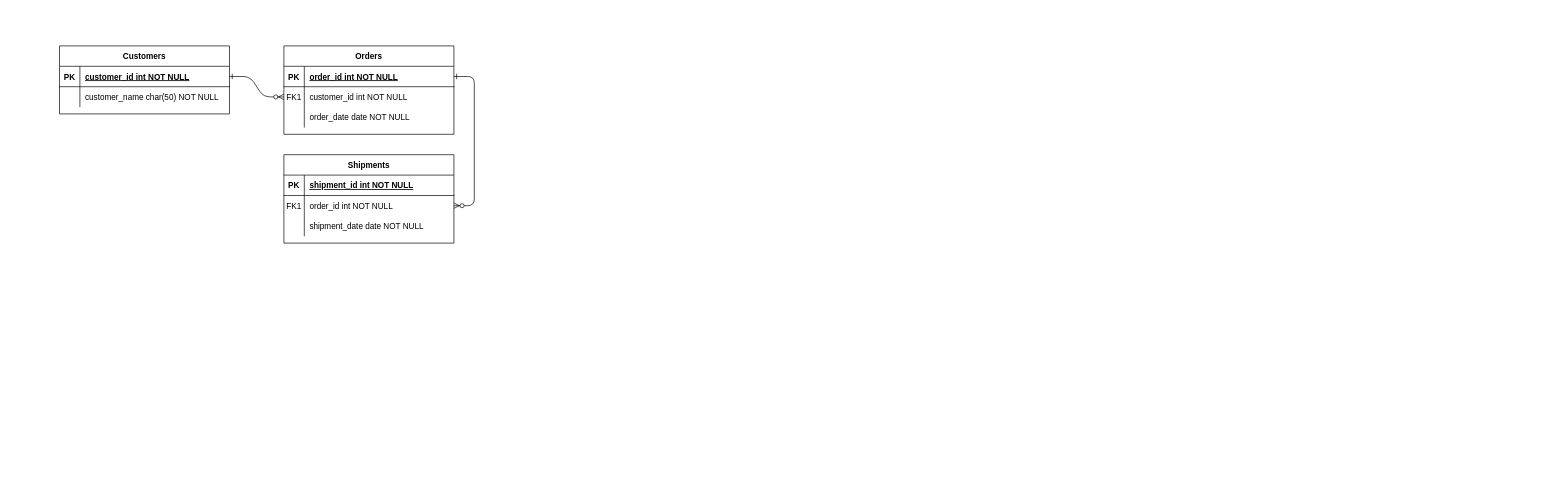
Earlier version of the draw.io diagram myS.drawio (AmirAini/BackEndDay1). Source tidied: cells renumbered, new cells numbered last; positions are measured from the earlier drawing's top-left corner, leaving out a move shared by most shapes. Both pictures are drawn from the tidied source at 68%, with x=0, y=0 at pixel (59, 46).
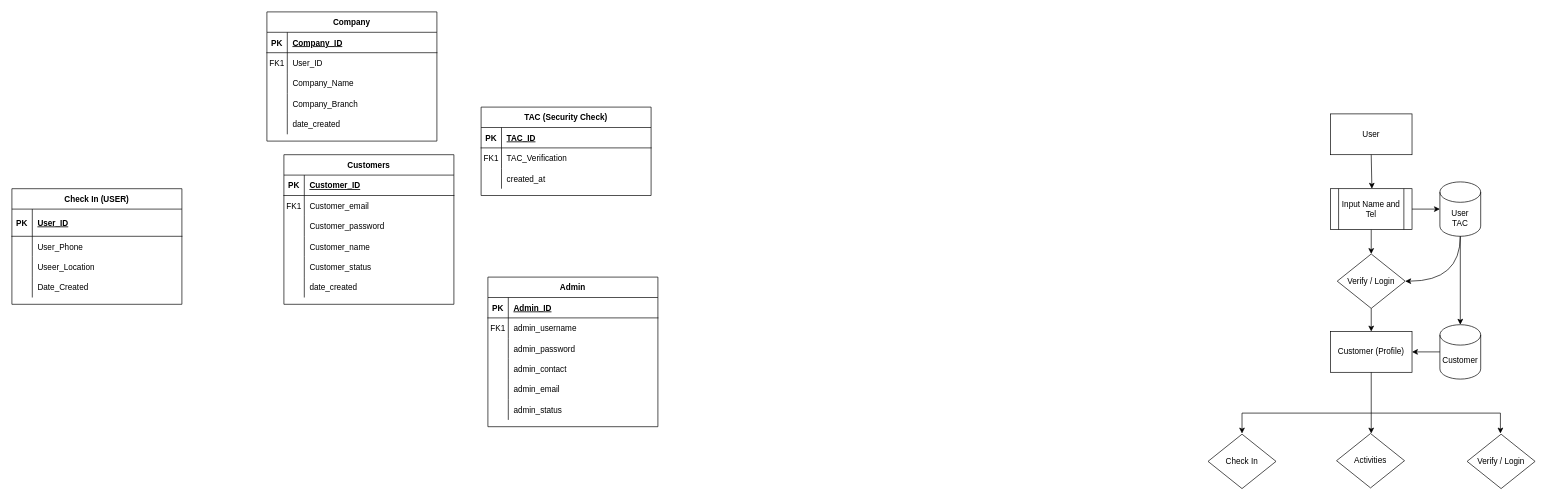
Above is the later version.

The change refers to these unchanged cells:
```xml
<mxCell id="5" style="shape=partialRectangle;fillColor=none;points=[[0,0.5],[1,0.5]];portConstraint=eastwest;top=0;left=0;right=0;bottom=1;" parent="4" vertex="1">
  <mxGeometry y="30" width="250" height="30" as="geometry" />
</mxCell>
<mxCell id="8" style="shape=partialRectangle;fillColor=none;points=[[0,0.5],[1,0.5]];portConstraint=eastwest;top=0;left=0;right=0;bottom=0;" parent="4" vertex="1">
  <mxGeometry y="60" width="250" height="30" as="geometry" />
</mxCell>
<mxCell id="11" style="shape=partialRectangle;fillColor=none;top=0;left=0;right=0;bottom=0;" parent="4" vertex="1">
  <mxGeometry y="90" width="250" height="30" as="geometry" />
</mxCell>
<mxCell id="15" style="shape=partialRectangle;fillColor=none;top=0;left=0;right=0;bottom=1;" parent="14" vertex="1">
  <mxGeometry y="30" width="250" height="30" as="geometry" />
</mxCell>
<mxCell id="18" style="shape=partialRectangle;fillColor=none;points=[[0,0.5],[1,0.5]];portConstraint=eastwest;top=0;left=0;right=0;bottom=0;" parent="14" vertex="1">
  <mxGeometry y="60" width="250" height="30" as="geometry" />
</mxCell>
<mxCell id="21" style="shape=partialRectangle;fillColor=none;top=0;left=0;right=0;bottom=0;" parent="14" vertex="1">
  <mxGeometry y="90" width="250" height="30" as="geometry" />
</mxCell>
```

Diff of the diagram source:
```diff
@@
-    <mxCell id="2" style="edgeStyle=entityRelationEdgeStyle;endArrow=ERzeroToMany;startArrow=ERone;endFill=1;startFill=0;" parent="1" edge="1" source="25" target="8">
-      <mxGeometry relative="1" as="geometry" />
-    </mxCell>
-    <mxCell id="3" style="edgeStyle=entityRelationEdgeStyle;endArrow=ERzeroToMany;startArrow=ERone;endFill=1;startFill=0;" parent="1" edge="1" source="5" target="18">
-      <mxGeometry relative="1" as="geometry" />
-    </mxCell>
-    <mxCell id="4" value="Orders" style="shape=table;startSize=30;childLayout=tableLayout;rowLines=0;fontStyle=1;align=center;" parent="1" vertex="1">
-      <mxGeometry x="330" width="250" height="130" as="geometry" />
+    <mxCell id="4" value="Company" style="shape=table;startSize=30;childLayout=tableLayout;rowLines=0;fontStyle=1;align=center;" parent="1" vertex="1">
+      <mxGeometry x="305" y="-50" width="250" height="190" as="geometry" />
     </mxCell>
@@
-    <mxCell id="7" value="order_id int NOT NULL " style="shape=partialRectangle;overflow=hidden;fillColor=none;top=0;left=0;bottom=0;right=0;align=left;spacingLeft=6;fontStyle=5;" parent="5" vertex="1">
+    <mxCell id="7" value="Company_ID" style="shape=partialRectangle;overflow=hidden;fillColor=none;top=0;left=0;bottom=0;right=0;align=left;spacingLeft=6;fontStyle=5;" parent="5" vertex="1">
       <mxGeometry x="30" width="220" height="30" as="geometry" />
     </mxCell>
@@
-    <mxCell id="10" value="customer_id int NOT NULL" style="shape=partialRectangle;overflow=hidden;fillColor=none;top=0;left=0;bottom=0;right=0;align=left;spacingLeft=6;" parent="8" vertex="1">
+    <mxCell id="10" value="User_ID" style="shape=partialRectangle;overflow=hidden;fillColor=none;top=0;left=0;bottom=0;right=0;align=left;spacingLeft=6;" parent="8" vertex="1">
       <mxGeometry x="30" width="220" height="30" as="geometry" />
     </mxCell>
@@
-    <mxCell id="13" value="order_date date NOT NULL" style="shape=partialRectangle;overflow=hidden;fillColor=none;top=0;left=0;bottom=0;right=0;align=left;spacingLeft=6;" parent="11" vertex="1">
+    <mxCell id="13" value="Company_Name" style="shape=partialRectangle;overflow=hidden;fillColor=none;top=0;left=0;bottom=0;right=0;align=left;spacingLeft=6;" parent="11" vertex="1">
       <mxGeometry x="30" width="220" height="30" as="geometry" />
     </mxCell>
+    <mxCell id="31" style="shape=partialRectangle;fillColor=none;top=0;left=0;right=0;bottom=0;" parent="4" vertex="1">
+      <mxGeometry y="120" width="250" height="30" as="geometry" />
+    </mxCell>
+    <mxCell id="32" style="shape=partialRectangle;overflow=hidden;fillColor=none;top=0;left=0;bottom=0;right=0;" parent="31" vertex="1">
+      <mxGeometry width="30" height="30" as="geometry" />
+    </mxCell>
+    <mxCell id="33" value="Company_Branch" style="shape=partialRectangle;overflow=hidden;fillColor=none;top=0;left=0;bottom=0;right=0;align=left;spacingLeft=6;" parent="31" vertex="1">
+      <mxGeometry x="30" width="220" height="30" as="geometry" />
+    </mxCell>
+    <mxCell id="34" style="shape=partialRectangle;fillColor=none;top=0;left=0;right=0;bottom=0;" parent="4" vertex="1">
+      <mxGeometry y="150" width="250" height="30" as="geometry" />
+    </mxCell>
+    <mxCell id="35" style="shape=partialRectangle;overflow=hidden;fillColor=none;top=0;left=0;bottom=0;right=0;" parent="34" vertex="1">
+      <mxGeometry width="30" height="30" as="geometry" />
+    </mxCell>
+    <mxCell id="36" value="date_created" style="shape=partialRectangle;overflow=hidden;fillColor=none;top=0;left=0;bottom=0;right=0;align=left;spacingLeft=6;" parent="34" vertex="1">
+      <mxGeometry x="30" width="220" height="30" as="geometry" />
+    </mxCell>
-    <mxCell id="14" value="Shipments" style="shape=table;startSize=30;childLayout=tableLayout;rowLines=0;fontStyle=1;align=center;" parent="1" vertex="1">
-      <mxGeometry x="330" y="160" width="250" height="130" as="geometry" />
+    <mxCell id="14" value="Customers" style="shape=table;startSize=30;childLayout=tableLayout;rowLines=0;fontStyle=1;align=center;" parent="1" vertex="1">
+      <mxGeometry x="330" y="160" width="250" height="220" as="geometry" />
     </mxCell>
@@
-    <mxCell id="17" value="shipment_id int NOT NULL " style="shape=partialRectangle;overflow=hidden;fillColor=none;top=0;left=0;bottom=0;right=0;align=left;spacingLeft=6;fontStyle=5;" parent="15" vertex="1">
+    <mxCell id="17" value="Customer_ID" style="shape=partialRectangle;overflow=hidden;fillColor=none;top=0;left=0;bottom=0;right=0;align=left;spacingLeft=6;fontStyle=5;" parent="15" vertex="1">
       <mxGeometry x="30" width="220" height="30" as="geometry" />
     </mxCell>
@@
-    <mxCell id="20" value="order_id int NOT NULL" style="shape=partialRectangle;overflow=hidden;fillColor=none;top=0;left=0;bottom=0;right=0;align=left;spacingLeft=6;" parent="18" vertex="1">
+    <mxCell id="20" value="Customer_email" style="shape=partialRectangle;overflow=hidden;fillColor=none;top=0;left=0;bottom=0;right=0;align=left;spacingLeft=6;" parent="18" vertex="1">
       <mxGeometry x="30" width="220" height="30" as="geometry" />
     </mxCell>
@@
-    <mxCell id="23" value="shipment_date date NOT NULL" style="shape=partialRectangle;overflow=hidden;fillColor=none;top=0;left=0;bottom=0;right=0;align=left;spacingLeft=6;" parent="21" vertex="1">
+    <mxCell id="23" value="Customer_password" style="shape=partialRectangle;overflow=hidden;fillColor=none;top=0;left=0;bottom=0;right=0;align=left;spacingLeft=6;" parent="21" vertex="1">
       <mxGeometry x="30" width="220" height="30" as="geometry" />
     </mxCell>
+    <mxCell id="37" style="shape=partialRectangle;fillColor=none;top=0;left=0;right=0;bottom=0;" parent="14" vertex="1">
+      <mxGeometry y="120" width="250" height="30" as="geometry" />
+    </mxCell>
+    <mxCell id="38" style="shape=partialRectangle;overflow=hidden;fillColor=none;top=0;left=0;bottom=0;right=0;" parent="37" vertex="1">
+      <mxGeometry width="30" height="30" as="geometry" />
+    </mxCell>
+    <mxCell id="39" value="Customer_name" style="shape=partialRectangle;overflow=hidden;fillColor=none;top=0;left=0;bottom=0;right=0;align=left;spacingLeft=6;" parent="37" vertex="1">
+      <mxGeometry x="30" width="220" height="30" as="geometry" />
+    </mxCell>
+    <mxCell id="40" style="shape=partialRectangle;fillColor=none;top=0;left=0;right=0;bottom=0;" parent="14" vertex="1">
+      <mxGeometry y="150" width="250" height="30" as="geometry" />
+    </mxCell>
+    <mxCell id="41" style="shape=partialRectangle;overflow=hidden;fillColor=none;top=0;left=0;bottom=0;right=0;" parent="40" vertex="1">
+      <mxGeometry width="30" height="30" as="geometry" />
+    </mxCell>
+    <mxCell id="42" value="Customer_status" style="shape=partialRectangle;overflow=hidden;fillColor=none;top=0;left=0;bottom=0;right=0;align=left;spacingLeft=6;" parent="40" vertex="1">
+      <mxGeometry x="30" width="220" height="30" as="geometry" />
+    </mxCell>
+    <mxCell id="43" style="shape=partialRectangle;fillColor=none;top=0;left=0;right=0;bottom=0;" parent="14" vertex="1">
+      <mxGeometry y="180" width="250" height="30" as="geometry" />
+    </mxCell>
+    <mxCell id="44" style="shape=partialRectangle;overflow=hidden;fillColor=none;top=0;left=0;bottom=0;right=0;" parent="43" vertex="1">
+      <mxGeometry width="30" height="30" as="geometry" />
+    </mxCell>
+    <mxCell id="45" value="date_created" style="shape=partialRectangle;overflow=hidden;fillColor=none;top=0;left=0;bottom=0;right=0;align=left;spacingLeft=6;" parent="43" vertex="1">
+      <mxGeometry x="30" width="220" height="30" as="geometry" />
+    </mxCell>
-    <mxCell id="24" value="Customers" style="shape=table;startSize=30;childLayout=tableLayout;rowLines=0;fontStyle=1;align=center;" parent="1" vertex="1">
-      <mxGeometry width="250" height="100" as="geometry" />
+    <mxCell id="24" value="Check In (USER)" style="shape=table;startSize=30;childLayout=tableLayout;rowLines=0;fontStyle=1;align=center;" parent="1" vertex="1">
+      <mxGeometry x="-70" y="210" width="250" height="170" as="geometry" />
     </mxCell>
     <mxCell id="25" style="shape=partialRectangle;fillColor=none;points=[[0,0.5],[1,0.5]];portConstraint=eastwest;top=0;left=0;right=0;bottom=1;" parent="24" vertex="1">
-      <mxGeometry y="30" width="250" height="30" as="geometry" />
+      <mxGeometry y="30" width="250" height="40" as="geometry" />
     </mxCell>
     <mxCell id="26" value="PK" style="shape=partialRectangle;overflow=hidden;fillColor=none;top=0;left=0;bottom=0;right=0;fontStyle=1;" parent="25" vertex="1">
-      <mxGeometry width="30" height="30" as="geometry" />
+      <mxGeometry width="30" height="40" as="geometry" />
     </mxCell>
-    <mxCell id="27" value="customer_id int NOT NULL " style="shape=partialRectangle;overflow=hidden;fillColor=none;top=0;left=0;bottom=0;right=0;align=left;spacingLeft=6;fontStyle=5;" parent="25" vertex="1">
-      <mxGeometry x="30" width="220" height="30" as="geometry" />
+    <mxCell id="27" value="User_ID" style="shape=partialRectangle;overflow=hidden;fillColor=none;top=0;left=0;bottom=0;right=0;align=left;spacingLeft=6;fontStyle=5;" parent="25" vertex="1">
+      <mxGeometry x="30" width="220" height="40" as="geometry" />
     </mxCell>
     <mxCell id="28" style="shape=partialRectangle;fillColor=none;top=0;left=0;right=0;bottom=0;" parent="24" vertex="1">
-      <mxGeometry y="60" width="250" height="30" as="geometry" />
+      <mxGeometry y="70" width="250" height="30" as="geometry" />
     </mxCell>
@@
-    <mxCell id="30" value="customer_name char(50) NOT NULL" style="shape=partialRectangle;overflow=hidden;fillColor=none;top=0;left=0;bottom=0;right=0;align=left;spacingLeft=6;" parent="28" vertex="1">
+    <mxCell id="30" value="User_Phone" style="shape=partialRectangle;overflow=hidden;fillColor=none;top=0;left=0;bottom=0;right=0;align=left;spacingLeft=6;" parent="28" vertex="1">
       <mxGeometry x="30" width="220" height="30" as="geometry" />
     </mxCell>
+    <mxCell id="46" style="shape=partialRectangle;fillColor=none;top=0;left=0;right=0;bottom=0;" parent="24" vertex="1">
+      <mxGeometry y="100" width="250" height="30" as="geometry" />
+    </mxCell>
+    <mxCell id="47" style="shape=partialRectangle;overflow=hidden;fillColor=none;top=0;left=0;bottom=0;right=0;" parent="46" vertex="1">
+      <mxGeometry width="30" height="30" as="geometry" />
+    </mxCell>
+    <mxCell id="48" value="Useer_Location" style="shape=partialRectangle;overflow=hidden;fillColor=none;top=0;left=0;bottom=0;right=0;align=left;spacingLeft=6;" parent="46" vertex="1">
+      <mxGeometry x="30" width="220" height="30" as="geometry" />
+    </mxCell>
+    <mxCell id="49" style="shape=partialRectangle;fillColor=none;top=0;left=0;right=0;bottom=0;" parent="24" vertex="1">
+      <mxGeometry y="130" width="250" height="30" as="geometry" />
+    </mxCell>
+    <mxCell id="50" style="shape=partialRectangle;overflow=hidden;fillColor=none;top=0;left=0;bottom=0;right=0;" parent="49" vertex="1">
+      <mxGeometry width="30" height="30" as="geometry" />
+    </mxCell>
+    <mxCell id="51" value="Date_Created" style="shape=partialRectangle;overflow=hidden;fillColor=none;top=0;left=0;bottom=0;right=0;align=left;spacingLeft=6;" parent="49" vertex="1">
+      <mxGeometry x="30" width="220" height="30" as="geometry" />
+    </mxCell>
+    <mxCell id="52" value="TAC (Security Check)" style="shape=table;startSize=30;childLayout=tableLayout;rowLines=0;fontStyle=1;align=center;" parent="1" vertex="1">
+      <mxGeometry x="620" y="90" width="250" height="130" as="geometry" />
+    </mxCell>
+    <mxCell id="53" style="shape=partialRectangle;fillColor=none;top=0;left=0;right=0;bottom=1;" parent="52" vertex="1">
+      <mxGeometry y="30" width="250" height="30" as="geometry" />
+    </mxCell>
+    <mxCell id="54" value="PK" style="shape=partialRectangle;overflow=hidden;fillColor=none;top=0;left=0;bottom=0;right=0;fontStyle=1;" parent="53" vertex="1">
+      <mxGeometry width="30" height="30" as="geometry" />
+    </mxCell>
+    <mxCell id="55" value="TAC_ID" style="shape=partialRectangle;overflow=hidden;fillColor=none;top=0;left=0;bottom=0;right=0;align=left;spacingLeft=6;fontStyle=5;" parent="53" vertex="1">
+      <mxGeometry x="30" width="220" height="30" as="geometry" />
+    </mxCell>
+    <mxCell id="56" style="shape=partialRectangle;fillColor=none;top=0;left=0;right=0;bottom=0;" parent="52" vertex="1">
+      <mxGeometry y="60" width="250" height="30" as="geometry" />
+    </mxCell>
+    <mxCell id="57" value="FK1" style="shape=partialRectangle;overflow=hidden;fillColor=none;top=0;left=0;bottom=0;right=0;" parent="56" vertex="1">
+      <mxGeometry width="30" height="30" as="geometry" />
+    </mxCell>
+    <mxCell id="58" value="TAC_Verification" style="shape=partialRectangle;overflow=hidden;fillColor=none;top=0;left=0;bottom=0;right=0;align=left;spacingLeft=6;" parent="56" vertex="1">
+      <mxGeometry x="30" width="220" height="30" as="geometry" />
+    </mxCell>
+    <mxCell id="59" style="shape=partialRectangle;fillColor=none;top=0;left=0;right=0;bottom=0;" parent="52" vertex="1">
+      <mxGeometry y="90" width="250" height="30" as="geometry" />
+    </mxCell>
+    <mxCell id="60" style="shape=partialRectangle;overflow=hidden;fillColor=none;top=0;left=0;bottom=0;right=0;" parent="59" vertex="1">
+      <mxGeometry width="30" height="30" as="geometry" />
+    </mxCell>
+    <mxCell id="61" value="created_at" style="shape=partialRectangle;overflow=hidden;fillColor=none;top=0;left=0;bottom=0;right=0;align=left;spacingLeft=6;" parent="59" vertex="1">
+      <mxGeometry x="30" width="220" height="30" as="geometry" />
+    </mxCell>
+    <mxCell id="62" value="Admin" style="shape=table;startSize=30;childLayout=tableLayout;rowLines=0;fontStyle=1;align=center;" parent="1" vertex="1">
+      <mxGeometry x="630" y="340" width="250" height="220" as="geometry" />
+    </mxCell>
+    <mxCell id="63" style="shape=partialRectangle;fillColor=none;top=0;left=0;right=0;bottom=1;" parent="62" vertex="1">
+      <mxGeometry y="30" width="250" height="30" as="geometry" />
+    </mxCell>
+    <mxCell id="64" value="PK" style="shape=partialRectangle;overflow=hidden;fillColor=none;top=0;left=0;bottom=0;right=0;fontStyle=1;" parent="63" vertex="1">
+      <mxGeometry width="30" height="30" as="geometry" />
+    </mxCell>
+    <mxCell id="65" value="Admin_ID" style="shape=partialRectangle;overflow=hidden;fillColor=none;top=0;left=0;bottom=0;right=0;align=left;spacingLeft=6;fontStyle=5;" parent="63" vertex="1">
+      <mxGeometry x="30" width="220" height="30" as="geometry" />
+    </mxCell>
+    <mxCell id="66" style="shape=partialRectangle;fillColor=none;top=0;left=0;right=0;bottom=0;" parent="62" vertex="1">
+      <mxGeometry y="60" width="250" height="30" as="geometry" />
+    </mxCell>
+    <mxCell id="67" value="FK1" style="shape=partialRectangle;overflow=hidden;fillColor=none;top=0;left=0;bottom=0;right=0;" parent="66" vertex="1">
+      <mxGeometry width="30" height="30" as="geometry" />
+    </mxCell>
+    <mxCell id="68" value="admin_username" style="shape=partialRectangle;overflow=hidden;fillColor=none;top=0;left=0;bottom=0;right=0;align=left;spacingLeft=6;" parent="66" vertex="1">
+      <mxGeometry x="30" width="220" height="30" as="geometry" />
+    </mxCell>
+    <mxCell id="69" style="shape=partialRectangle;fillColor=none;top=0;left=0;right=0;bottom=0;" parent="62" vertex="1">
+      <mxGeometry y="90" width="250" height="30" as="geometry" />
+    </mxCell>
+    <mxCell id="70" style="shape=partialRectangle;overflow=hidden;fillColor=none;top=0;left=0;bottom=0;right=0;" parent="69" vertex="1">
+      <mxGeometry width="30" height="30" as="geometry" />
+    </mxCell>
+    <mxCell id="71" value="admin_password" style="shape=partialRectangle;overflow=hidden;fillColor=none;top=0;left=0;bottom=0;right=0;align=left;spacingLeft=6;" parent="69" vertex="1">
+      <mxGeometry x="30" width="220" height="30" as="geometry" />
+    </mxCell>
+    <mxCell id="72" style="shape=partialRectangle;fillColor=none;top=0;left=0;right=0;bottom=0;" parent="62" vertex="1">
+      <mxGeometry y="120" width="250" height="30" as="geometry" />
+    </mxCell>
+    <mxCell id="73" style="shape=partialRectangle;overflow=hidden;fillColor=none;top=0;left=0;bottom=0;right=0;" parent="72" vertex="1">
+      <mxGeometry width="30" height="30" as="geometry" />
+    </mxCell>
+    <mxCell id="74" value="admin_contact" style="shape=partialRectangle;overflow=hidden;fillColor=none;top=0;left=0;bottom=0;right=0;align=left;spacingLeft=6;" parent="72" vertex="1">
+      <mxGeometry x="30" width="220" height="30" as="geometry" />
+    </mxCell>
+    <mxCell id="75" style="shape=partialRectangle;fillColor=none;top=0;left=0;right=0;bottom=0;" parent="62" vertex="1">
+      <mxGeometry y="150" width="250" height="30" as="geometry" />
+    </mxCell>
+    <mxCell id="76" style="shape=partialRectangle;overflow=hidden;fillColor=none;top=0;left=0;bottom=0;right=0;" parent="75" vertex="1">
+      <mxGeometry width="30" height="30" as="geometry" />
+    </mxCell>
+    <mxCell id="77" value="admin_email" style="shape=partialRectangle;overflow=hidden;fillColor=none;top=0;left=0;bottom=0;right=0;align=left;spacingLeft=6;" parent="75" vertex="1">
+      <mxGeometry x="30" width="220" height="30" as="geometry" />
+    </mxCell>
+    <mxCell id="78" style="shape=partialRectangle;fillColor=none;top=0;left=0;right=0;bottom=0;" parent="62" vertex="1">
+      <mxGeometry y="180" width="250" height="30" as="geometry" />
+    </mxCell>
+    <mxCell id="79" style="shape=partialRectangle;overflow=hidden;fillColor=none;top=0;left=0;bottom=0;right=0;" parent="78" vertex="1">
+      <mxGeometry width="30" height="30" as="geometry" />
+    </mxCell>
+    <mxCell id="80" value="admin_status" style="shape=partialRectangle;overflow=hidden;fillColor=none;top=0;left=0;bottom=0;right=0;align=left;spacingLeft=6;" parent="78" vertex="1">
+      <mxGeometry x="30" width="220" height="30" as="geometry" />
+    </mxCell>
+    <mxCell id="81" value="User" style="rounded=0;whiteSpace=wrap;html=1;" parent="1" vertex="1">
+      <mxGeometry x="1869" y="100" width="120" height="60" as="geometry" />
+    </mxCell>
+    <mxCell id="82" style="endArrow=classic;html=1;rounded=0;exitX=0.5;exitY=1;exitDx=0;exitDy=0;" parent="1" edge="1" source="81">
+      <mxGeometry relative="1" as="geometry">
+        <mxPoint x="1930" y="210" as="targetPoint" />
+      </mxGeometry>
+    </mxCell>
+    <mxCell id="83" style="endArrow=classic;html=1;rounded=0;exitX=0.5;exitY=1;exitDx=0;exitDy=0;entryX=0.5;entryY=0;entryDx=0;entryDy=0;" parent="1" edge="1" source="85" target="87">
+      <mxGeometry relative="1" as="geometry" />
+    </mxCell>
+    <mxCell id="84" value="User&lt;br&gt;TAC" style="shape=cylinder3;whiteSpace=wrap;html=1;boundedLbl=1;backgroundOutline=1;size=15;" parent="1" vertex="1">
+      <mxGeometry x="2030" y="200" width="60" height="80" as="geometry" />
+    </mxCell>
+    <mxCell id="85" value="Input Name and Tel" style="shape=process;whiteSpace=wrap;html=1;backgroundOutline=1;" parent="1" vertex="1">
+      <mxGeometry x="1869" y="210" width="120" height="60" as="geometry" />
+    </mxCell>
+    <mxCell id="86" style="endArrow=classic;html=1;rounded=0;exitX=1;exitY=0.5;exitDx=0;exitDy=0;entryX=0;entryY=0.5;entryDx=0;entryDy=0;entryPerimeter=0;" parent="1" edge="1" source="85" target="84">
+      <mxGeometry relative="1" as="geometry" />
+    </mxCell>
+    <mxCell id="87" value="Verify / Login" style="rhombus;whiteSpace=wrap;html=1;" parent="1" vertex="1">
+      <mxGeometry x="1879" y="306" width="100" height="80" as="geometry" />
+    </mxCell>
+    <mxCell id="88" style="curved=1;endArrow=classic;html=1;rounded=0;exitX=0.5;exitY=1;exitDx=0;exitDy=0;exitPerimeter=0;entryX=1;entryY=0.5;entryDx=0;entryDy=0;" parent="1" edge="1" source="84" target="87">
+      <mxGeometry relative="1" as="geometry">
+        <Array as="points">
+          <mxPoint x="2060" y="346" />
+        </Array>
+      </mxGeometry>
+    </mxCell>
+    <mxCell id="89" style="endArrow=classic;html=1;rounded=0;exitX=0.5;exitY=1;exitDx=0;exitDy=0;" parent="1" edge="1" source="87">
+      <mxGeometry relative="1" as="geometry">
+        <mxPoint x="1929" y="420" as="targetPoint" />
+      </mxGeometry>
+    </mxCell>
+    <mxCell id="90" value="Customer (Profile)" style="rounded=0;whiteSpace=wrap;html=1;" parent="1" vertex="1">
+      <mxGeometry x="1869" y="420" width="120" height="60" as="geometry" />
+    </mxCell>
+    <mxCell id="91" style="endArrow=none;html=1;rounded=0;exitX=0.5;exitY=1;exitDx=0;exitDy=0;" parent="1" edge="1" source="90">
+      <mxGeometry relative="1" as="geometry">
+        <mxPoint x="1929" y="540" as="targetPoint" />
+      </mxGeometry>
+    </mxCell>
+    <mxCell id="92" style="endArrow=none;html=1;rounded=0;" parent="1" edge="1">
+      <mxGeometry relative="1" as="geometry">
+        <mxPoint x="1739" y="540" as="sourcePoint" />
+        <mxPoint x="2119" y="540" as="targetPoint" />
+      </mxGeometry>
+    </mxCell>
+    <mxCell id="93" value="Customer" style="shape=cylinder3;whiteSpace=wrap;html=1;boundedLbl=1;backgroundOutline=1;size=15;" parent="1" vertex="1">
+      <mxGeometry x="2030" y="410" width="60" height="80" as="geometry" />
+    </mxCell>
+    <mxCell id="94" style="endArrow=classic;html=1;rounded=0;entryX=1;entryY=0.5;entryDx=0;entryDy=0;exitX=0;exitY=0.5;exitDx=0;exitDy=0;exitPerimeter=0;" parent="1" edge="1" source="93" target="90">
+      <mxGeometry relative="1" as="geometry" />
+    </mxCell>
+    <mxCell id="95" style="endArrow=classic;html=1;rounded=0;entryX=0.5;entryY=0;entryDx=0;entryDy=0;entryPerimeter=0;exitX=0.5;exitY=1;exitDx=0;exitDy=0;exitPerimeter=0;" parent="1" edge="1" source="84" target="93">
+      <mxGeometry relative="1" as="geometry" />
+    </mxCell>
+    <mxCell id="96" style="endArrow=classic;html=1;rounded=0;" parent="1" edge="1">
+      <mxGeometry relative="1" as="geometry">
+        <mxPoint x="2119" y="540" as="sourcePoint" />
+        <mxPoint x="2119" y="570" as="targetPoint" />
+      </mxGeometry>
+    </mxCell>
+    <mxCell id="97" style="endArrow=classic;html=1;rounded=0;" parent="1" edge="1">
+      <mxGeometry relative="1" as="geometry">
+        <mxPoint x="1929" y="540" as="sourcePoint" />
+        <mxPoint x="1929" y="570" as="targetPoint" />
+      </mxGeometry>
+    </mxCell>
+    <mxCell id="98" style="endArrow=classic;html=1;rounded=0;" parent="1" edge="1">
+      <mxGeometry relative="1" as="geometry">
+        <mxPoint x="1739" y="540" as="sourcePoint" />
+        <mxPoint x="1739" y="570" as="targetPoint" />
+      </mxGeometry>
+    </mxCell>
+    <mxCell id="99" value="Check In" style="rhombus;whiteSpace=wrap;html=1;" parent="1" vertex="1">
+      <mxGeometry x="1689" y="571" width="100" height="80" as="geometry" />
+    </mxCell>
+    <mxCell id="100" value="Activities" style="rhombus;whiteSpace=wrap;html=1;" parent="1" vertex="1">
+      <mxGeometry x="1878" y="570" width="100" height="80" as="geometry" />
+    </mxCell>
+    <mxCell id="101" value="Verify / Login" style="rhombus;whiteSpace=wrap;html=1;" parent="1" vertex="1">
+      <mxGeometry x="2070" y="571" width="100" height="80" as="geometry" />
+    </mxCell>
```
